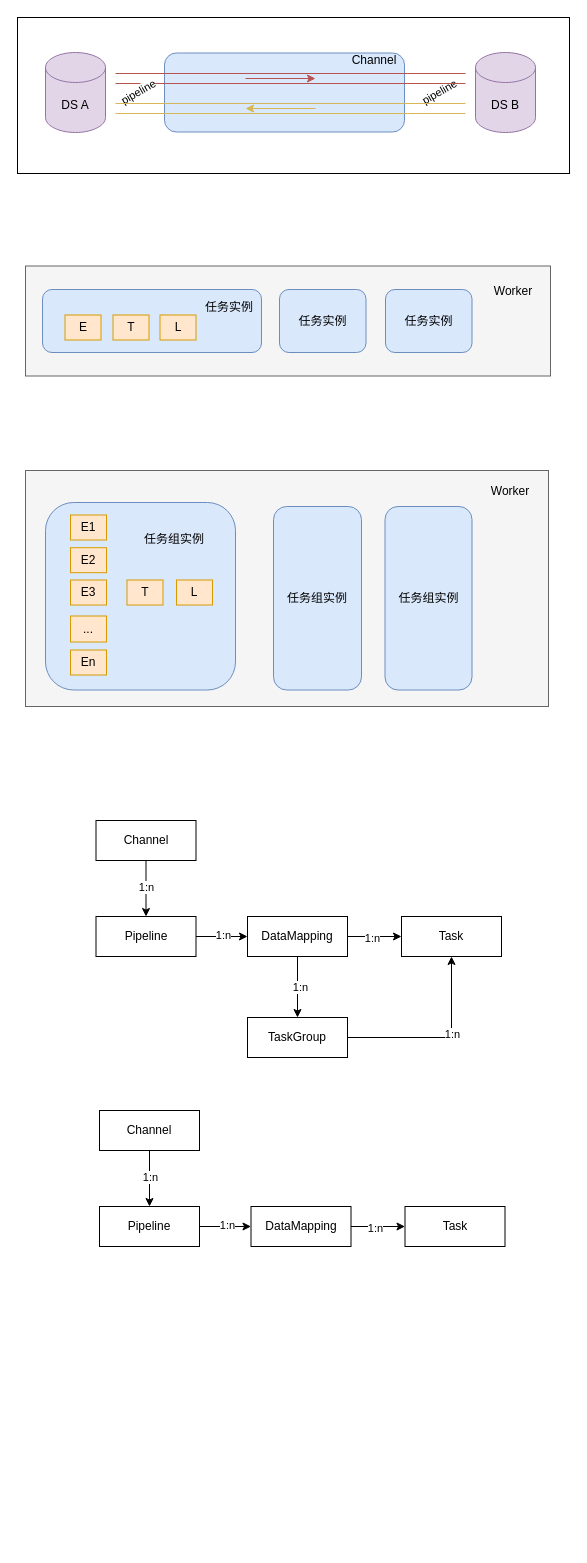
Earlier version of the draw.io diagram dts/architecture.drawio (believezzd/diagrams). Source tidied: cells renumbered, new cells numbered last; positions are measured from the earlier drawing's top-left corner, leaving out a move shared by most shapes. Both pictures are drawn from the tidied source at 100%, with x=0, y=0 at pixel (17, 17).
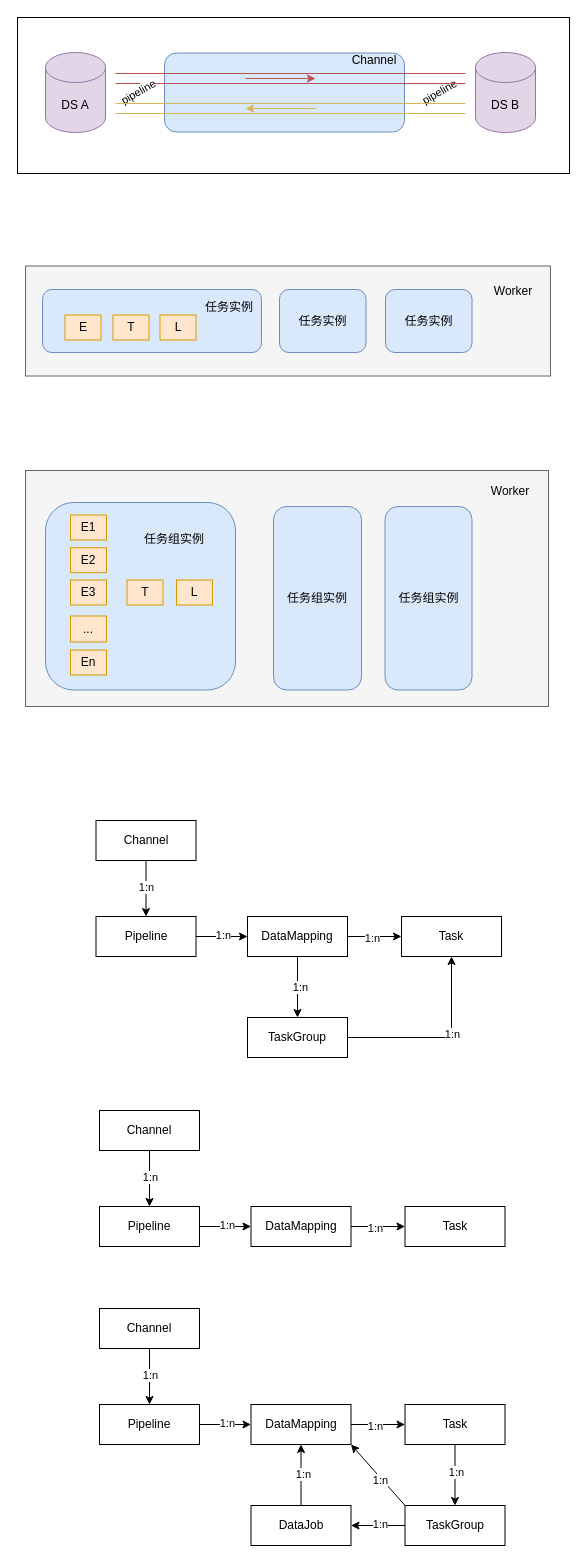
The same diagram, later.

The edit, as a diff of the source:
```diff
@@
+    <mxCell id="60" value="Channel" style="whiteSpace=wrap;html=1;align=center;" parent="1" vertex="1">
+      <mxGeometry x="82" y="1291" width="100" height="40" as="geometry" />
+    </mxCell>
+    <mxCell id="61" style="edgeStyle=orthogonalEdgeStyle;rounded=0;jettySize=auto;html=1;endArrow=classic;endFill=1;" parent="1" edge="1" source="65" target="68">
+      <mxGeometry relative="1" as="geometry" />
+    </mxCell>
+    <mxCell id="62" value="1:n" style="edgeLabel;html=1;align=center;verticalAlign=middle;" parent="61" vertex="1">
+      <mxGeometry x="-0.24" relative="1" as="geometry">
+        <mxPoint x="7" y="-2" as="offset" />
+      </mxGeometry>
+    </mxCell>
+    <mxCell id="63" style="edgeStyle=orthogonalEdgeStyle;rounded=0;jettySize=auto;html=1;endArrow=none;endFill=0;startArrow=classic;startFill=1;" parent="1" edge="1" source="65" target="60">
+      <mxGeometry relative="1" as="geometry" />
+    </mxCell>
+    <mxCell id="64" value="1:n" style="edgeLabel;html=1;align=center;verticalAlign=middle;" parent="63" vertex="1">
+      <mxGeometry x="0.4" y="-2" relative="1" as="geometry">
+        <mxPoint x="-2" y="9" as="offset" />
+      </mxGeometry>
+    </mxCell>
+    <mxCell id="65" value="Pipeline" style="whiteSpace=wrap;html=1;align=center;" parent="1" vertex="1">
+      <mxGeometry x="82" y="1387" width="100" height="40" as="geometry" />
+    </mxCell>
+    <mxCell id="66" style="edgeStyle=orthogonalEdgeStyle;rounded=0;jettySize=auto;html=1;endArrow=classic;endFill=1;" parent="1" edge="1" source="68" target="71">
+      <mxGeometry relative="1" as="geometry" />
+    </mxCell>
+    <mxCell id="67" value="1:n" style="edgeLabel;html=1;align=center;verticalAlign=middle;" parent="66" vertex="1">
+      <mxGeometry x="-0.11" y="-1" relative="1" as="geometry" />
+    </mxCell>
+    <mxCell id="68" value="DataMapping" style="whiteSpace=wrap;html=1;align=center;" parent="1" vertex="1">
+      <mxGeometry x="233.5" y="1387" width="100" height="40" as="geometry" />
+    </mxCell>
+    <mxCell id="69" style="edgeStyle=orthogonalEdgeStyle;rounded=0;jettySize=auto;html=1;exitX=0.5;exitY=1;exitDx=0;exitDy=0;entryX=0.5;entryY=0;entryDx=0;entryDy=0;" parent="1" edge="1" source="71" target="76">
+      <mxGeometry relative="1" as="geometry" />
+    </mxCell>
+    <mxCell id="70" value="1:n" style="edgeLabel;html=1;align=center;verticalAlign=middle;" parent="69" vertex="1">
+      <mxGeometry x="-0.11" y="1" relative="1" as="geometry" />
+    </mxCell>
+    <mxCell id="71" value="Task" style="whiteSpace=wrap;html=1;align=center;" parent="1" vertex="1">
+      <mxGeometry x="387.5" y="1387" width="100" height="40" as="geometry" />
+    </mxCell>
+    <mxCell id="72" style="edgeStyle=orthogonalEdgeStyle;rounded=0;jettySize=auto;html=1;entryX=1;entryY=0.5;entryDx=0;entryDy=0;" parent="1" edge="1" source="76" target="79">
+      <mxGeometry relative="1" as="geometry" />
+    </mxCell>
+    <mxCell id="73" value="1:n" style="edgeLabel;html=1;align=center;verticalAlign=middle;" parent="72" vertex="1">
+      <mxGeometry x="-0.09" y="-2" relative="1" as="geometry" />
+    </mxCell>
+    <mxCell id="74" style="rounded=0;jettySize=auto;html=1;exitX=0;exitY=0;exitDx=0;exitDy=0;entryX=1;entryY=1;entryDx=0;entryDy=0;" parent="1" edge="1" source="76" target="68">
+      <mxGeometry relative="1" as="geometry" />
+    </mxCell>
+    <mxCell id="75" value="1:n" style="edgeLabel;html=1;align=center;verticalAlign=middle;" parent="74" vertex="1">
+      <mxGeometry x="-0.11" y="2" relative="1" as="geometry" />
+    </mxCell>
+    <mxCell id="76" value="TaskGroup" style="whiteSpace=wrap;html=1;align=center;" parent="1" vertex="1">
+      <mxGeometry x="387.5" y="1488" width="100" height="40" as="geometry" />
+    </mxCell>
+    <mxCell id="77" style="edgeStyle=orthogonalEdgeStyle;rounded=0;jettySize=auto;html=1;entryX=0.5;entryY=1;entryDx=0;entryDy=0;" parent="1" edge="1" source="79" target="68">
+      <mxGeometry relative="1" as="geometry" />
+    </mxCell>
+    <mxCell id="78" value="1:n" style="edgeLabel;html=1;align=center;verticalAlign=middle;" parent="77" vertex="1">
+      <mxGeometry x="0.05" y="-1" relative="1" as="geometry">
+        <mxPoint x="1" as="offset" />
+      </mxGeometry>
+    </mxCell>
+    <mxCell id="79" value="DataJob" style="whiteSpace=wrap;html=1;align=center;" parent="1" vertex="1">
+      <mxGeometry x="233.5" y="1488" width="100" height="40" as="geometry" />
+    </mxCell>
```
